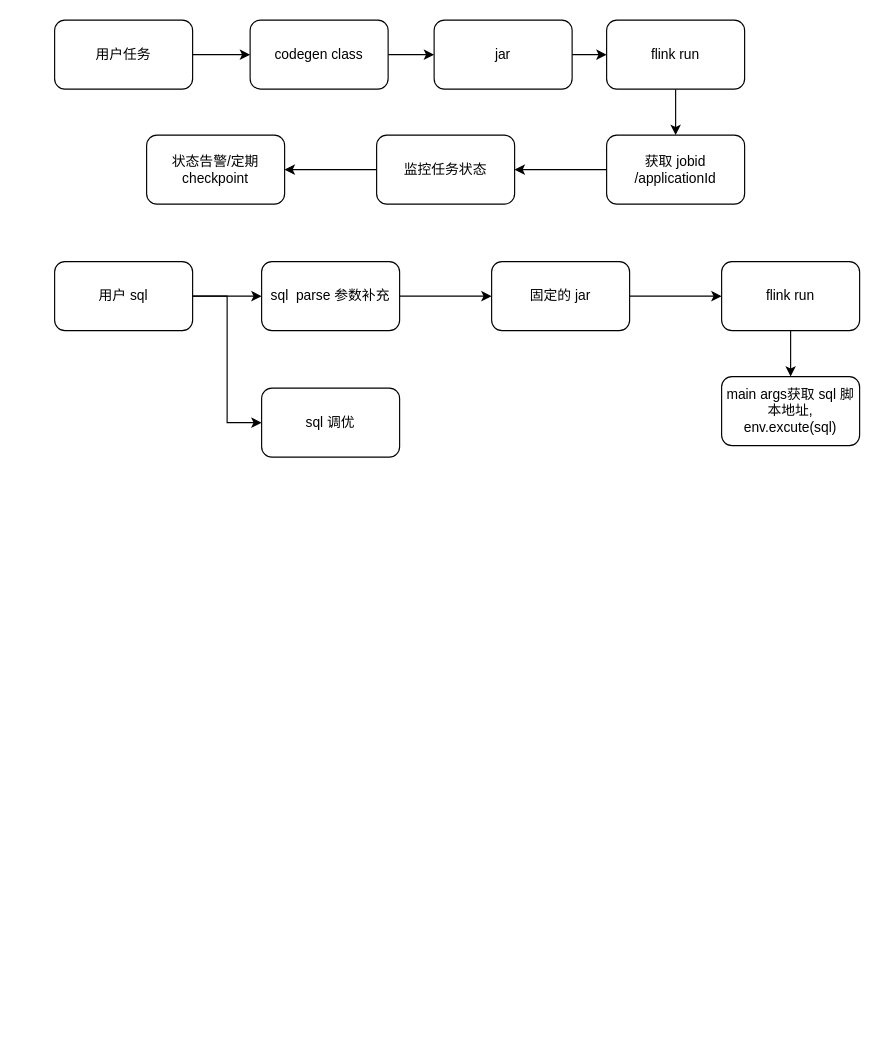
The draw.io diagram 面试准备.drawio in loukey-lj/WX, before the edit. Source tidied: cells renumbered, new cells numbered last; positions are measured from the earlier drawing's top-left corner, leaving out a move shared by most shapes. Both pictures are drawn from the tidied source at 115%, with x=0, y=0 at pixel (54, 20).
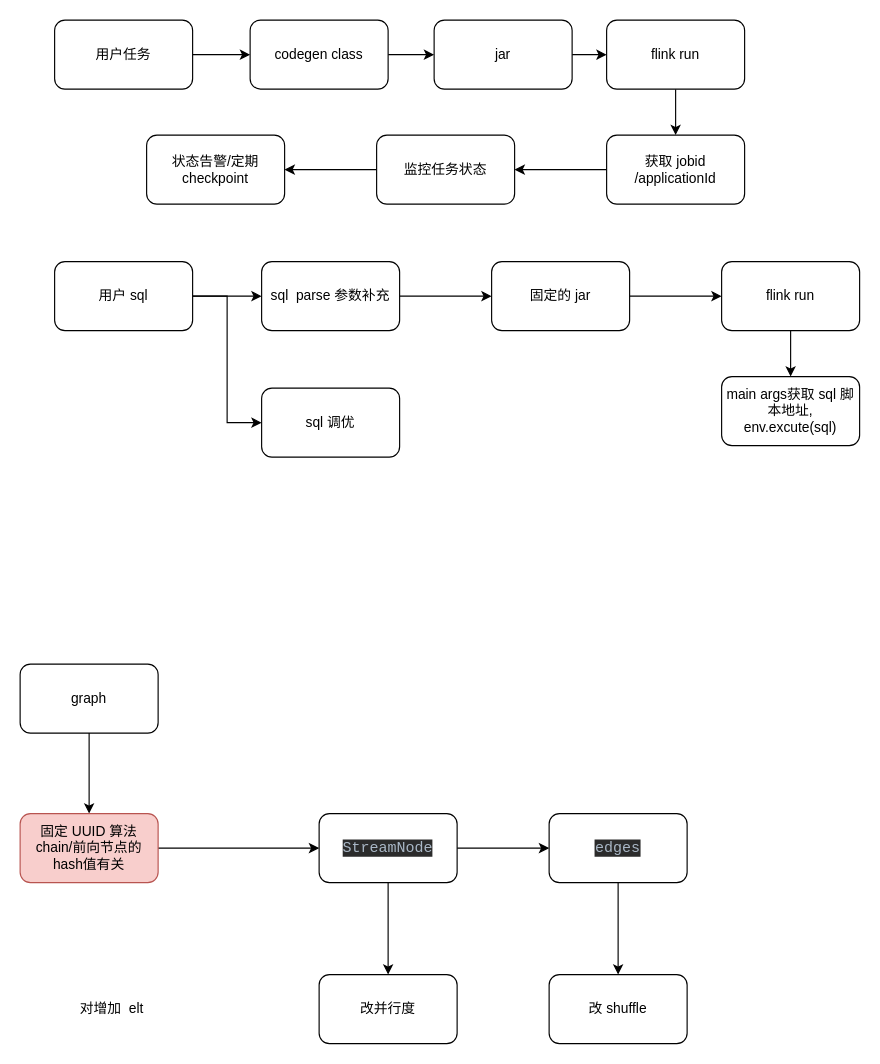
Above is the later version.

Change to the diagram source:
```diff
@@
+    <mxCell id="26" style="edgeStyle=orthogonalEdgeStyle;rounded=0;jettySize=auto;html=1;" parent="1" edge="1" source="27" target="36">
+      <mxGeometry relative="1" as="geometry" />
+    </mxCell>
+    <mxCell id="27" value="graph" style="rounded=1;whiteSpace=wrap;html=1;" parent="1" vertex="1">
+      <mxGeometry x="-30" y="560" width="120" height="60" as="geometry" />
+    </mxCell>
+    <mxCell id="28" style="edgeStyle=orthogonalEdgeStyle;rounded=0;jettySize=auto;html=1;" parent="1" edge="1" source="30" target="32">
+      <mxGeometry relative="1" as="geometry" />
+    </mxCell>
+    <mxCell id="29" style="edgeStyle=orthogonalEdgeStyle;rounded=0;jettySize=auto;html=1;" parent="1" edge="1" source="30" target="33">
+      <mxGeometry relative="1" as="geometry" />
+    </mxCell>
+    <mxCell id="30" value="&lt;div style=&quot;background-color:#2b2b2b;color:#a9b7c6&quot;&gt;&lt;pre style=&quot;font-family:'JetBrains Mono',monospace;font-size:9.8pt;&quot;&gt;StreamNode&lt;/pre&gt;&lt;/div&gt;" style="whiteSpace=wrap;html=1;rounded=1;" parent="1" vertex="1">
+      <mxGeometry x="230" y="690" width="120" height="60" as="geometry" />
+    </mxCell>
+    <mxCell id="31" style="edgeStyle=orthogonalEdgeStyle;rounded=0;jettySize=auto;html=1;" parent="1" edge="1" source="32" target="34">
+      <mxGeometry relative="1" as="geometry" />
+    </mxCell>
+    <mxCell id="32" value="&lt;div style=&quot;background-color:#2b2b2b;color:#a9b7c6&quot;&gt;&lt;pre style=&quot;font-family:'JetBrains Mono',monospace;font-size:9.8pt;&quot;&gt;edges&lt;/pre&gt;&lt;/div&gt;" style="whiteSpace=wrap;html=1;rounded=1;" parent="1" vertex="1">
+      <mxGeometry x="430" y="690" width="120" height="60" as="geometry" />
+    </mxCell>
+    <mxCell id="33" value="改并行度" style="whiteSpace=wrap;html=1;rounded=1;" parent="1" vertex="1">
+      <mxGeometry x="230" y="830" width="120" height="60" as="geometry" />
+    </mxCell>
+    <mxCell id="34" value="改 shuffle" style="whiteSpace=wrap;html=1;rounded=1;" parent="1" vertex="1">
+      <mxGeometry x="430" y="830" width="120" height="60" as="geometry" />
+    </mxCell>
+    <mxCell id="35" style="edgeStyle=orthogonalEdgeStyle;rounded=0;jettySize=auto;html=1;entryX=0;entryY=0.5;entryDx=0;entryDy=0;" parent="1" edge="1" source="36" target="30">
+      <mxGeometry relative="1" as="geometry" />
+    </mxCell>
+    <mxCell id="36" value="固定 UUID 算法&lt;br&gt;chain/前向节点的hash值有关" style="whiteSpace=wrap;html=1;rounded=1;fillColor=#f8cecc;strokeColor=#b85450;" parent="1" vertex="1">
+      <mxGeometry x="-30" y="690" width="120" height="60" as="geometry" />
+    </mxCell>
+    <mxCell id="37" value="对增加&amp;nbsp; elt" style="text;html=1;align=center;verticalAlign=middle;whiteSpace=wrap;rounded=0;" parent="1" vertex="1">
+      <mxGeometry x="20" y="845" width="60" height="30" as="geometry" />
+    </mxCell>
```
